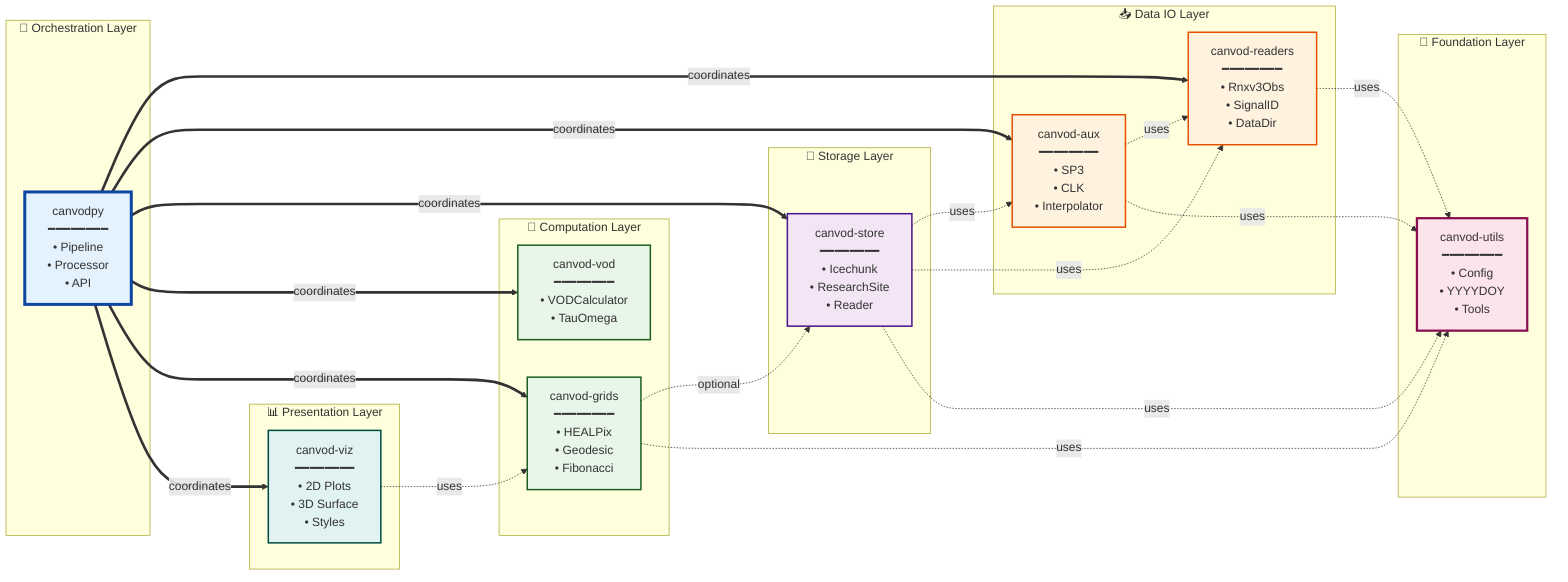
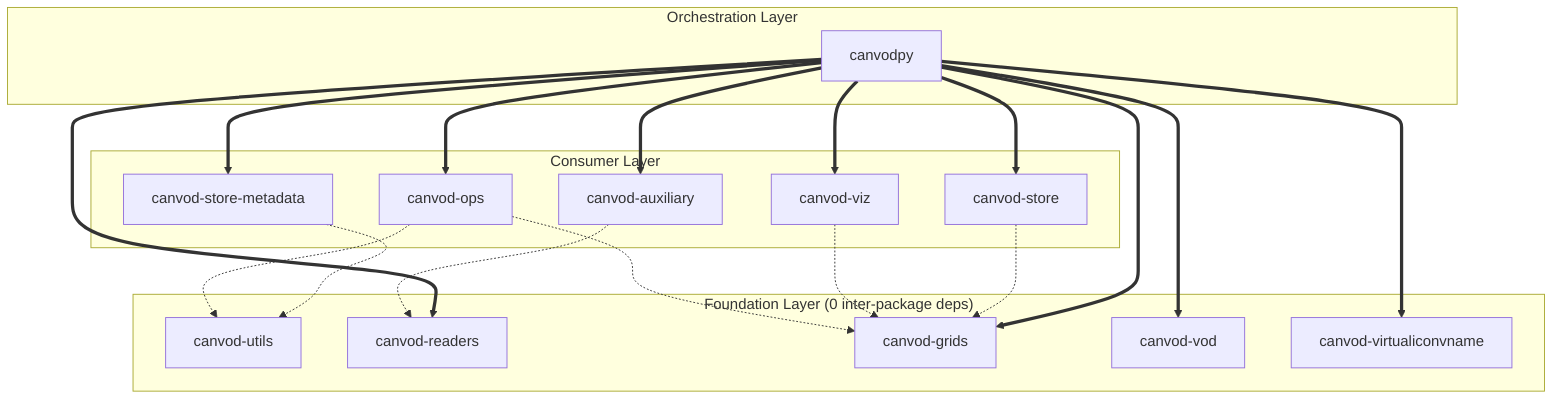
- graph LR
-     subgraph Foundation[🔧 Foundation Layer]
-         Utils["canvod-utils<br/>━━━━━━━━<br/>• Config<br/>• YYYYDOY<br/>• Tools"]
+ graph TD
+     subgraph Foundation["Foundation Layer (0 inter-package deps)"]
+         Utils["canvod-utils"]
+         Readers["canvod-readers"]
+         Grids["canvod-grids"]
+         VOD["canvod-vod"]
+         NAMING["canvod-virtualiconvname"]
    end

-     subgraph DataIO[📥 Data IO Layer]
-         Readers["canvod-readers<br/>━━━━━━━━<br/>• Rnxv3Obs<br/>• SignalID<br/>• DataDir"]
-         Aux["canvod-aux<br/>━━━━━━━━<br/>• SP3<br/>• CLK<br/>• Interpolator"]
+     subgraph Consumers["Consumer Layer"]
+         Aux["canvod-auxiliary"]
+         Store["canvod-store"]
+         StoreMeta["canvod-store-metadata"]
+         Viz["canvod-viz"]
+         OPS["canvod-ops"]
    end

-     subgraph Storage[💾 Storage Layer]
-         Store["canvod-store<br/>━━━━━━━━<br/>• Icechunk<br/>• ResearchSite<br/>• Reader"]
+     subgraph Orchestration["Orchestration Layer"]
+         Canvodpy["canvodpy"]
    end

-     subgraph Computation[🧮 Computation Layer]
-         VOD["canvod-vod<br/>━━━━━━━━<br/>• VODCalculator<br/>• TauOmega"]
-         Grids["canvod-grids<br/>━━━━━━━━<br/>• HEALPix<br/>• Geodesic<br/>• Fibonacci"]
-     end
+     Canvodpy ==> Readers
+     Canvodpy ==> Aux
+     Canvodpy ==> Store
+     Canvodpy ==> VOD
+     Canvodpy ==> Grids
+     Canvodpy ==> Viz
+     Canvodpy ==> OPS
+     Canvodpy ==> NAMING
+     Canvodpy ==> StoreMeta

-     subgraph Presentation[📊 Presentation Layer]
-         Viz["canvod-viz<br/>━━━━━━━━<br/>• 2D Plots<br/>• 3D Surface<br/>• Styles"]
-     end
- 
-     subgraph Orchestration[🎯 Orchestration Layer]
-         Canvodpy["canvodpy<br/>━━━━━━━━<br/>• Pipeline<br/>• Processor<br/>• API"]
-     end
- 
-     Readers -.->|uses| Utils
-     Aux -.->|uses| Readers
-     Aux -.->|uses| Utils
-     Store -.->|uses| Aux
-     Store -.->|uses| Readers
-     Store -.->|uses| Utils
-     Grids -.->|optional| Store
-     Grids -.->|uses| Utils
-     Viz -.->|uses| Grids
- 
-     Canvodpy ==>|coordinates| Readers
-     Canvodpy ==>|coordinates| Aux
-     Canvodpy ==>|coordinates| Store
-     Canvodpy ==>|coordinates| VOD
-     Canvodpy ==>|coordinates| Grids
-     Canvodpy ==>|coordinates| Viz
- 
-     style Utils fill:#fce4ec,stroke:#880e4f,stroke-width:3px
-     style Readers fill:#fff3e0,stroke:#e65100,stroke-width:2px
-     style Aux fill:#fff3e0,stroke:#e65100,stroke-width:2px
-     style Store fill:#f3e5f5,stroke:#4a148c,stroke-width:2px
-     style VOD fill:#e8f5e9,stroke:#1b5e20,stroke-width:2px
-     style Grids fill:#e8f5e9,stroke:#1b5e20,stroke-width:2px
-     style Viz fill:#e0f2f1,stroke:#004d40,stroke-width:2px
-     style Canvodpy fill:#e3f2fd,stroke:#0d47a1,stroke-width:4px
+     Aux -.-> Readers
+     Store -.-> Grids
+     StoreMeta -.-> Utils
+     Viz -.-> Grids
+     OPS -.-> Grids
+     OPS -.-> Utils
